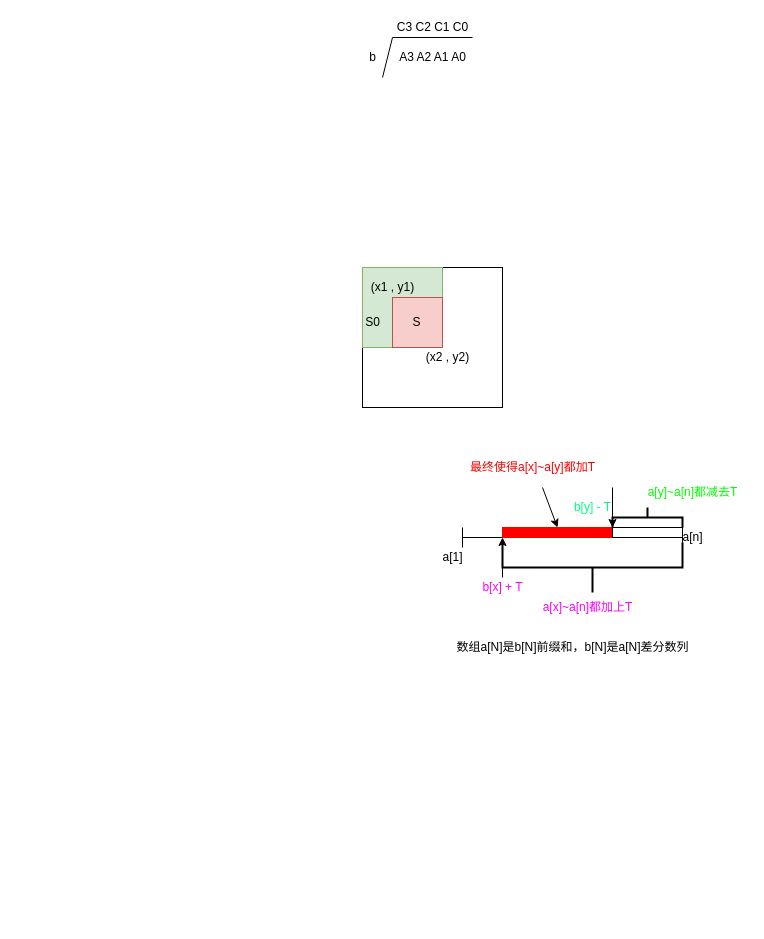
winnerlqy/Images keeps this draw.io diagram as Untitled Diagram.drawio. Above is the earlier version. Source tidied: cells renumbered, new cells numbered last; positions are measured from the earlier drawing's top-left corner, leaving out a move shared by most shapes. Both pictures are drawn from the tidied source at 100%, with x=0, y=0 at pixel (357, 17).
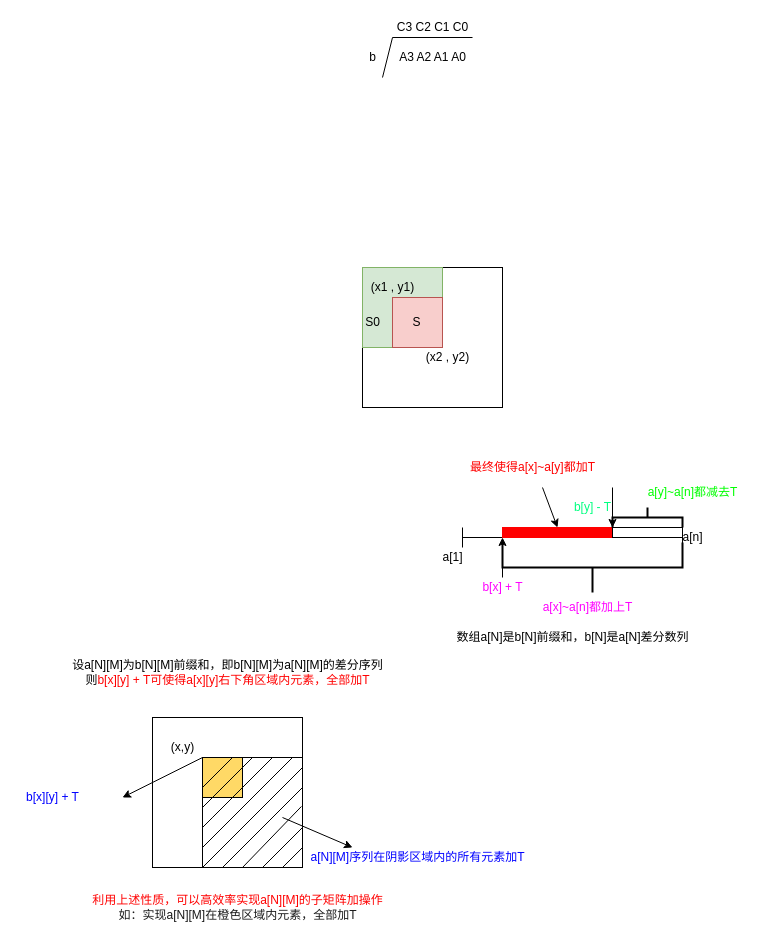
Above is the later version.

What changed in the source:
```diff
@@
     <mxCell id="14" value="数组a[N]是b[N]前缀和，b[N]是a[N]差分数列" style="text;html=1;align=center;verticalAlign=middle;strokeColor=none;fillColor=none;" parent="1" vertex="1">
-      <mxGeometry x="90" y="620" width="250" height="20" as="geometry" />
+      <mxGeometry x="90" y="610" width="250" height="20" as="geometry" />
     </mxCell>
@@
+    <mxCell id="29" style="whiteSpace=wrap;html=1;" parent="1" vertex="1">
+      <mxGeometry x="-205" y="700" width="150" height="150" as="geometry" />
+    </mxCell>
+    <mxCell id="30" style="whiteSpace=wrap;html=1;shadow=0;sketch=0;glass=0;rounded=0;gradientColor=none;strokeColor=#000000;fillColor=#FFD966;" parent="1" vertex="1">
+      <mxGeometry x="-155" y="740" width="40" height="40" as="geometry" />
+    </mxCell>
+    <mxCell id="31" value="(x,y)" style="text;html=1;align=center;verticalAlign=middle;strokeColor=none;fillColor=none;" parent="1" vertex="1">
+      <mxGeometry x="-195" y="720" width="40" height="20" as="geometry" />
+    </mxCell>
+    <mxCell id="32" style="endArrow=none;html=1;rounded=0;" parent="1" edge="1">
+      <mxGeometry relative="1" as="geometry">
+        <mxPoint x="-155" y="850" as="sourcePoint" />
+        <mxPoint x="-155" y="780" as="targetPoint" />
+      </mxGeometry>
+    </mxCell>
+    <mxCell id="33" style="endArrow=none;html=1;rounded=0;" parent="1" edge="1">
+      <mxGeometry relative="1" as="geometry">
+        <mxPoint x="-145" y="740" as="sourcePoint" />
+        <mxPoint x="-55" y="740" as="targetPoint" />
+      </mxGeometry>
+    </mxCell>
+    <mxCell id="34" style="endArrow=none;html=1;rounded=0;" parent="1" edge="1">
+      <mxGeometry relative="1" as="geometry">
+        <mxPoint x="-155" y="790" as="sourcePoint" />
+        <mxPoint x="-105" y="740" as="targetPoint" />
+      </mxGeometry>
+    </mxCell>
+    <mxCell id="35" style="endArrow=none;html=1;rounded=0;" parent="1" edge="1">
+      <mxGeometry relative="1" as="geometry">
+        <mxPoint x="-155" y="770" as="sourcePoint" />
+        <mxPoint x="-125" y="740" as="targetPoint" />
+      </mxGeometry>
+    </mxCell>
+    <mxCell id="36" style="endArrow=none;html=1;rounded=0;" parent="1" edge="1">
+      <mxGeometry relative="1" as="geometry">
+        <mxPoint x="-145" y="800" as="sourcePoint" />
+        <mxPoint x="-85" y="740" as="targetPoint" />
+        <Array as="points">
+          <mxPoint x="-155" y="810" />
+          <mxPoint x="-145" y="800" />
+        </Array>
+      </mxGeometry>
+    </mxCell>
+    <mxCell id="37" style="endArrow=none;html=1;rounded=0;" parent="1" edge="1">
+      <mxGeometry relative="1" as="geometry">
+        <mxPoint x="-155" y="830" as="sourcePoint" />
+        <mxPoint x="-65" y="740" as="targetPoint" />
+      </mxGeometry>
+    </mxCell>
+    <mxCell id="38" style="endArrow=none;html=1;rounded=0;" parent="1" edge="1">
+      <mxGeometry relative="1" as="geometry">
+        <mxPoint x="-155" y="850" as="sourcePoint" />
+        <mxPoint x="-55" y="750" as="targetPoint" />
+      </mxGeometry>
+    </mxCell>
+    <mxCell id="39" style="endArrow=none;html=1;rounded=0;" parent="1" edge="1">
+      <mxGeometry relative="1" as="geometry">
+        <mxPoint x="-135" y="850" as="sourcePoint" />
+        <mxPoint x="-55" y="770" as="targetPoint" />
+      </mxGeometry>
+    </mxCell>
+    <mxCell id="40" style="endArrow=none;html=1;rounded=0;entryX=0.993;entryY=0.593;entryDx=0;entryDy=0;entryPerimeter=0;" parent="1" edge="1" target="29">
+      <mxGeometry relative="1" as="geometry">
+        <mxPoint x="-115" y="850" as="sourcePoint" />
+      </mxGeometry>
+    </mxCell>
+    <mxCell id="41" style="endArrow=none;html=1;rounded=0;" parent="1" edge="1">
+      <mxGeometry relative="1" as="geometry">
+        <mxPoint x="-95" y="850" as="sourcePoint" />
+        <mxPoint x="-55" y="810" as="targetPoint" />
+      </mxGeometry>
+    </mxCell>
+    <mxCell id="42" style="endArrow=none;html=1;rounded=0;entryX=1;entryY=0.867;entryDx=0;entryDy=0;entryPerimeter=0;" parent="1" edge="1" target="29">
+      <mxGeometry relative="1" as="geometry">
+        <mxPoint x="-75" y="850" as="sourcePoint" />
+      </mxGeometry>
+    </mxCell>
+    <mxCell id="43" value="设a[N][M]为b[N][M]前缀和，即b[N][M]为a[N][M]的差分序列&lt;br&gt;则&lt;font color=&quot;#ff0000&quot;&gt;b[x][y] + T可使得a[x][y]右下角区域内元素，全部加T&lt;/font&gt;" style="text;html=1;align=center;verticalAlign=middle;strokeColor=none;fillColor=none;" parent="1" vertex="1">
+      <mxGeometry x="-295" y="640" width="330" height="30" as="geometry" />
+    </mxCell>
+    <mxCell id="44" style="endArrow=classic;html=1;rounded=0;fontColor=#FF0000;" parent="1" edge="1">
+      <mxGeometry relative="1" as="geometry">
+        <mxPoint x="-75" y="800" as="sourcePoint" />
+        <mxPoint x="-5" y="830" as="targetPoint" />
+      </mxGeometry>
+    </mxCell>
+    <mxCell id="45" value="&lt;font color=&quot;#0000ff&quot;&gt;a[N][M]序列在阴影区域内的所有元素加T&lt;/font&gt;" style="text;html=1;align=center;verticalAlign=middle;strokeColor=none;fillColor=none;fontColor=#FF0000;" parent="1" vertex="1">
+      <mxGeometry x="-55" y="830" width="230" height="20" as="geometry" />
+    </mxCell>
+    <mxCell id="46" style="endArrow=classic;html=1;rounded=0;fontColor=#00FF00;" parent="1" edge="1">
+      <mxGeometry relative="1" as="geometry">
+        <mxPoint x="-155" y="740" as="sourcePoint" />
+        <mxPoint x="-235" y="780" as="targetPoint" />
+      </mxGeometry>
+    </mxCell>
+    <mxCell id="47" value="&lt;font color=&quot;#0000ff&quot;&gt;b[x][y] + T&lt;/font&gt;" style="text;html=1;align=center;verticalAlign=middle;strokeColor=none;fillColor=none;fontColor=#00FF00;" parent="1" vertex="1">
+      <mxGeometry x="-340" y="770" width="70" height="20" as="geometry" />
+    </mxCell>
+    <mxCell id="48" value="&lt;font color=&quot;#ff0000&quot;&gt;利用上述性质，可以高效率实现a[N][M]的子矩阵加操作&lt;/font&gt;&lt;br&gt;&lt;font color=&quot;#1a1a1a&quot;&gt;如：实现a[N][M]在橙色区域内元素，全部加T&lt;/font&gt;" style="text;html=1;align=center;verticalAlign=middle;strokeColor=none;fillColor=none;fontColor=#0000FF;" parent="1" vertex="1">
+      <mxGeometry x="-275" y="875" width="310" height="30" as="geometry" />
+    </mxCell>
```
